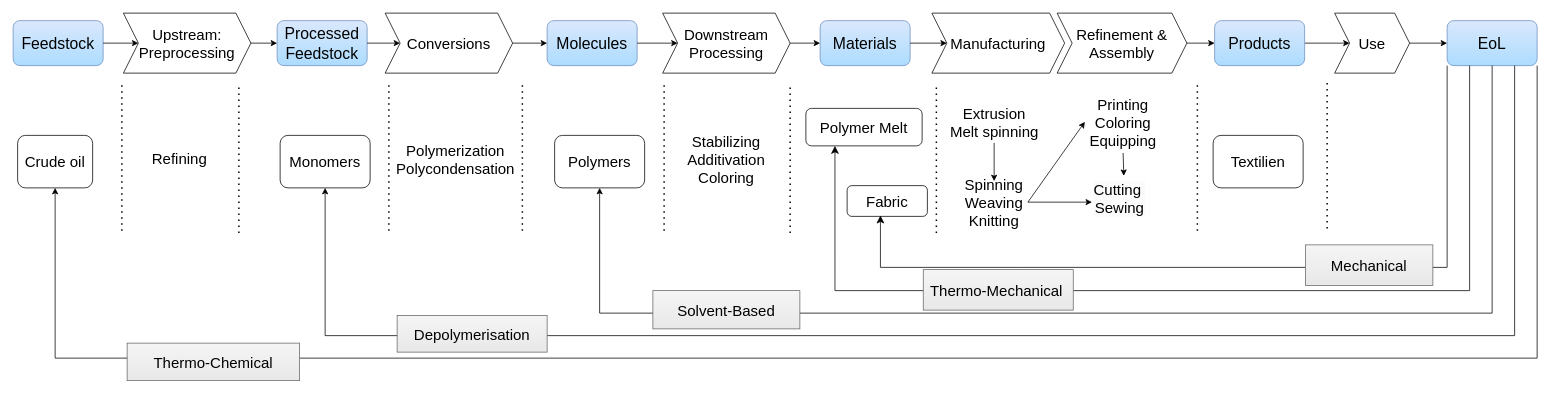
This is Textiles-ValueChain.drawio from kay-squared/PyTorchLearn, a draw.io file, before an edit. Source tidied: cells renumbered, new cells numbered last; positions are measured from the earlier drawing's top-left corner, leaving out a move shared by most shapes. Both pictures are drawn from the tidied source at 75%, with x=0, y=0 at pixel (13, 13).
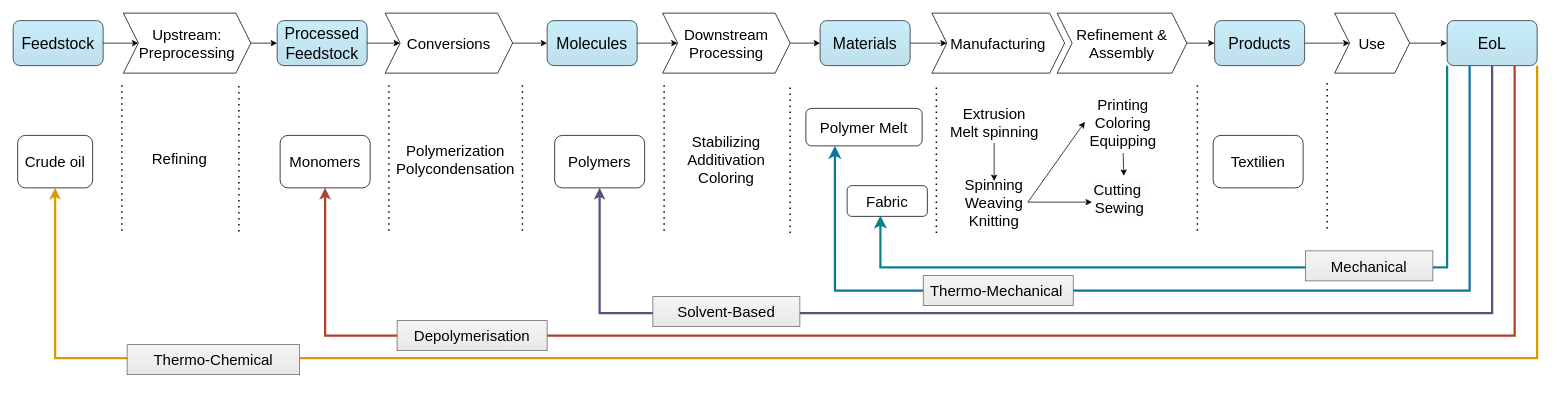
After the change.

The change refers to these unchanged cells:
```xml
<mxCell id="12" value="Crude oil" style="text;html=1;align=center;verticalAlign=middle;whiteSpace=wrap;rounded=1;fontFamily=Rubik light;fontSize=20;strokeColor=default;" parent="1" vertex="1">
  <mxGeometry x="6" y="163" width="100" height="70" as="geometry" />
</mxCell>
<mxCell id="13" value="Monomers" style="text;html=1;align=center;verticalAlign=middle;whiteSpace=wrap;rounded=1;fontFamily=Rubik light;fontSize=20;fillColor=default;strokeColor=default;" parent="1" vertex="1">
  <mxGeometry x="356" y="163" width="120" height="70" as="geometry" />
</mxCell>
<mxCell id="15" value="Polymers" style="text;html=1;align=center;verticalAlign=middle;whiteSpace=wrap;rounded=1;fontFamily=Rubik light;fontSize=20;strokeColor=default;" parent="1" vertex="1">
  <mxGeometry x="722" y="163" width="120" height="70" as="geometry" />
</mxCell>
<mxCell id="38" value="Polymer Melt" style="text;html=1;align=center;verticalAlign=middle;whiteSpace=wrap;rounded=1;fontFamily=Rubik light;fontSize=20;strokeColor=default;" parent="1" vertex="1">
  <mxGeometry x="1057" y="127" width="155" height="50" as="geometry" />
</mxCell>
<mxCell id="41" value="Fabric" style="text;html=1;align=center;verticalAlign=middle;whiteSpace=wrap;rounded=1;fontFamily=Rubik light;fontSize=20;strokeColor=default;" parent="1" vertex="1">
  <mxGeometry x="1112" y="230" width="107" height="41" as="geometry" />
</mxCell>
```

What changed in the source:
```diff
@@
-    <mxCell id="6" value="Feedstock" style="rounded=1;whiteSpace=wrap;html=1;fontSize=21;fontFamily=Rubik light;fillColor=#DAE8FC;strokeColor=#6c8ebf;gradientColor=#ADDCFF;" parent="1" vertex="1">
+    <mxCell id="6" value="Feedstock" style="rounded=1;whiteSpace=wrap;html=1;fontSize=21;fontFamily=Rubik light;fillColor=#C9EDFA;strokeColor=#1E2836;gradientColor=#BEE0EC;align=center;verticalAlign=middle;fontColor=default;" parent="1" vertex="1">
       <mxGeometry y="10" width="120" height="60" as="geometry" />
     </mxCell>
-    <mxCell id="7" value="Processed Feedstock" style="rounded=1;whiteSpace=wrap;html=1;fontSize=21;fontFamily=Rubik light;fillColor=#DAE8FC;strokeColor=#6c8ebf;gradientColor=#ADDCFF;" parent="1" vertex="1">
+    <mxCell id="7" value="Processed Feedstock" style="rounded=1;whiteSpace=wrap;html=1;fontSize=21;fontFamily=Rubik light;fillColor=#C9EDFA;strokeColor=#1E2836;gradientColor=#BEE0EC;align=center;verticalAlign=middle;fontColor=default;" parent="1" vertex="1">
       <mxGeometry x="352" y="10" width="120" height="60" as="geometry" />
     </mxCell>
-    <mxCell id="8" value="Molecules" style="rounded=1;whiteSpace=wrap;html=1;fontSize=21;fontFamily=Rubik light;fillColor=#DAE8FC;strokeColor=#6c8ebf;gradientColor=#ADDCFF;" parent="1" vertex="1">
+    <mxCell id="8" value="Molecules" style="rounded=1;whiteSpace=wrap;html=1;fontSize=21;fontFamily=Rubik light;fillColor=#C9EDFA;strokeColor=#1E2836;gradientColor=#BEE0EC;align=center;verticalAlign=middle;fontColor=default;" parent="1" vertex="1">
       <mxGeometry x="712" y="10" width="120" height="60" as="geometry" />
     </mxCell>
-    <mxCell id="9" value="Materials" style="rounded=1;whiteSpace=wrap;html=1;fontSize=21;fontFamily=Rubik light;fillColor=#DAE8FC;strokeColor=#6c8ebf;gradientColor=#ADDCFF;" parent="1" vertex="1">
+    <mxCell id="9" value="Materials" style="rounded=1;whiteSpace=wrap;html=1;fontSize=21;fontFamily=Rubik light;fillColor=#C9EDFA;strokeColor=#1E2836;gradientColor=#BEE0EC;align=center;verticalAlign=middle;fontColor=default;" parent="1" vertex="1">
       <mxGeometry x="1076" y="10" width="120" height="60" as="geometry" />
     </mxCell>
@@
-    <mxCell id="11" value="Products" style="rounded=1;whiteSpace=wrap;html=1;fontSize=21;fontFamily=Rubik light;fillColor=#DAE8FC;strokeColor=#6c8ebf;gradientColor=#ADDCFF;" parent="1" vertex="1">
+    <mxCell id="11" value="Products" style="rounded=1;whiteSpace=wrap;html=1;fontSize=21;fontFamily=Rubik light;fillColor=#C9EDFA;strokeColor=#1E2836;gradientColor=#BEE0EC;align=center;verticalAlign=middle;fontColor=default;" parent="1" vertex="1">
       <mxGeometry x="1602" y="10" width="120" height="60" as="geometry" />
     </mxCell>
@@
     <mxCell id="18" style="endArrow=none;dashed=1;html=1;dashPattern=1 3;strokeWidth=2;rounded=0;fontFamily=Rubik light;fontSize=20;fontColor=default;" parent="1" edge="1">
       <mxGeometry relative="1" as="geometry">
-        <mxPoint x="301" y="293" as="sourcePoint" />
-        <mxPoint x="301" y="93" as="targetPoint" />
+        <mxPoint x="301" y="291" as="sourcePoint" />
+        <mxPoint x="301" y="91" as="targetPoint" />
       </mxGeometry>
     </mxCell>
@@
-    <mxCell id="28" value="EoL" style="rounded=1;whiteSpace=wrap;html=1;fontSize=21;fontFamily=Rubik light;fillColor=#DAE8FC;strokeColor=#6c8ebf;gradientColor=#ADDCFF;" parent="1" vertex="1">
+    <mxCell id="28" value="EoL" style="rounded=1;whiteSpace=wrap;html=1;fontSize=21;fontFamily=Rubik light;fillColor=#C9EDFA;strokeColor=#1E2836;gradientColor=#BEE0EC;align=center;verticalAlign=middle;fontColor=default;" parent="1" vertex="1">
       <mxGeometry x="1912" y="10" width="120" height="60" as="geometry" />
     </mxCell>
@@
-    <mxCell id="32" style="edgeStyle=orthogonalEdgeStyle;rounded=0;jettySize=auto;html=1;fontFamily=Rubik light;fontSize=20;fontColor=default;exitX=0.5;exitY=1;exitDx=0;exitDy=0;entryX=0.5;entryY=1;entryDx=0;entryDy=0;" parent="1" edge="1" source="28" target="15">
+    <mxCell id="32" style="edgeStyle=orthogonalEdgeStyle;rounded=0;jettySize=auto;html=1;fontFamily=Rubik light;fontSize=20;fontColor=default;exitX=0.5;exitY=1;exitDx=0;exitDy=0;entryX=0.5;entryY=1;entryDx=0;entryDy=0;fillColor=#d0cee2;strokeColor=#56517e;strokeWidth=3;" parent="1" edge="1" source="28" target="15">
       <mxGeometry relative="1" as="geometry">
         <Array as="points">
           <mxPoint x="1972" y="400" />
           <mxPoint x="782" y="400" />
         </Array>
       </mxGeometry>
     </mxCell>
-    <mxCell id="33" style="edgeStyle=orthogonalEdgeStyle;rounded=0;jettySize=auto;html=1;fontFamily=Rubik light;fontSize=20;fontColor=default;exitX=0.75;exitY=1;exitDx=0;exitDy=0;entryX=0.5;entryY=1;entryDx=0;entryDy=0;" parent="1" edge="1" source="28" target="13">
+    <mxCell id="33" style="edgeStyle=orthogonalEdgeStyle;rounded=0;jettySize=auto;html=1;fontFamily=Rubik light;fontSize=20;fontColor=default;exitX=0.75;exitY=1;exitDx=0;exitDy=0;entryX=0.5;entryY=1;entryDx=0;entryDy=0;fillColor=#fad9d5;strokeColor=#ae4132;strokeWidth=3;" parent="1" edge="1" source="28" target="13">
       <mxGeometry relative="1" as="geometry">
         <Array as="points">
           <mxPoint x="2002" y="430" />
           <mxPoint x="416" y="430" />
         </Array>
       </mxGeometry>
     </mxCell>
-    <mxCell id="34" style="edgeStyle=orthogonalEdgeStyle;rounded=0;jettySize=auto;html=1;fontFamily=Rubik light;fontSize=20;fontColor=default;exitX=1;exitY=1;exitDx=0;exitDy=0;entryX=0.5;entryY=1;entryDx=0;entryDy=0;" parent="1" edge="1" source="28" target="12">
+    <mxCell id="34" style="edgeStyle=orthogonalEdgeStyle;rounded=0;jettySize=auto;html=1;fontFamily=Rubik light;fontSize=20;fontColor=default;exitX=1;exitY=1;exitDx=0;exitDy=0;entryX=0.5;entryY=1;entryDx=0;entryDy=0;fillColor=#ffcd28;gradientColor=#ffa500;strokeColor=#d79b00;strokeWidth=3;" parent="1" edge="1" source="28" target="12">
       <mxGeometry relative="1" as="geometry">
         <Array as="points">
           <mxPoint x="2032" y="460" />
           <mxPoint x="56" y="460" />
         </Array>
       </mxGeometry>
     </mxCell>
     <mxCell id="35" value="Thermo-Chemical" style="text;html=1;align=center;verticalAlign=middle;whiteSpace=wrap;rounded=0;fontFamily=Rubik light;fontSize=20;fillColor=#f5f5f5;gradientColor=#E8E8E8;strokeColor=#666666;" parent="1" vertex="1">
-      <mxGeometry x="152" y="440" width="230" height="50" as="geometry" />
+      <mxGeometry x="152" y="442" width="230" height="40" as="geometry" />
     </mxCell>
     <mxCell id="36" value="Depolymerisation" style="text;html=1;align=center;verticalAlign=middle;whiteSpace=wrap;rounded=0;fontFamily=Rubik light;fontSize=20;fillColor=#f5f5f5;gradientColor=#E8E8E8;strokeColor=#666666;" parent="1" vertex="1">
-      <mxGeometry x="512" y="403" width="200" height="49" as="geometry" />
+      <mxGeometry x="512" y="410" width="200" height="40" as="geometry" />
     </mxCell>
     <mxCell id="37" value="Solvent-Based" style="text;html=1;align=center;verticalAlign=middle;whiteSpace=wrap;rounded=0;fontFamily=Rubik light;fontSize=20;fillColor=#f5f5f5;gradientColor=#E8E8E8;strokeColor=#666666;" parent="1" vertex="1">
-      <mxGeometry x="853" y="370" width="196" height="51" as="geometry" />
+      <mxGeometry x="853" y="378" width="196" height="40" as="geometry" />
     </mxCell>
@@
-    <mxCell id="40" style="edgeStyle=segmentEdgeStyle;endArrow=classic;html=1;curved=0;rounded=0;endSize=8;startSize=8;exitX=0.25;exitY=1;exitDx=0;exitDy=0;entryX=0.25;entryY=1;entryDx=0;entryDy=0;" parent="1" edge="1" source="28" target="38">
+    <mxCell id="40" style="edgeStyle=segmentEdgeStyle;endArrow=classic;html=1;curved=0;rounded=0;endSize=8;startSize=8;exitX=0.25;exitY=1;exitDx=0;exitDy=0;entryX=0.25;entryY=1;entryDx=0;entryDy=0;fillColor=#b1ddf0;strokeColor=#10739e;strokeWidth=3;" parent="1" edge="1" source="28" target="38">
       <mxGeometry relative="1" as="geometry">
         <Array as="points">
           <mxPoint x="1942" y="370" />
           <mxPoint x="1096" y="370" />
         </Array>
       </mxGeometry>
     </mxCell>
@@
-    <mxCell id="42" style="edgeStyle=segmentEdgeStyle;endArrow=classic;html=1;curved=0;rounded=0;endSize=8;startSize=8;exitX=0;exitY=1;exitDx=0;exitDy=0;entryX=0.415;entryY=0.971;entryDx=0;entryDy=0;entryPerimeter=0;" parent="1" edge="1" source="28" target="41">
+    <mxCell id="42" style="edgeStyle=segmentEdgeStyle;endArrow=classic;html=1;curved=0;rounded=0;endSize=8;startSize=8;exitX=0;exitY=1;exitDx=0;exitDy=0;entryX=0.415;entryY=0.971;entryDx=0;entryDy=0;entryPerimeter=0;fillColor=#b0e3e6;strokeColor=#0e8088;strokeWidth=3;" parent="1" edge="1" source="28" target="41">
       <mxGeometry relative="1" as="geometry">
         <Array as="points">
           <mxPoint x="1912" y="339" />
           <mxPoint x="1156" y="339" />
         </Array>
       </mxGeometry>
     </mxCell>
     <mxCell id="43" value="Mechanical" style="text;html=1;align=center;verticalAlign=middle;whiteSpace=wrap;rounded=0;fontFamily=Rubik light;fontSize=20;fillColor=#f5f5f5;gradientColor=#E8E8E8;strokeColor=#666666;" parent="1" vertex="1">
-      <mxGeometry x="1723" y="309" width="170" height="54" as="geometry" />
+      <mxGeometry x="1723" y="317" width="170" height="40" as="geometry" />
     </mxCell>
@@
     <mxCell id="59" value="Thermo-Mechanical&amp;nbsp;" style="text;html=1;align=center;verticalAlign=middle;whiteSpace=wrap;rounded=0;fontFamily=Rubik light;fontSize=20;fillColor=#f5f5f5;gradientColor=#E8E8E8;strokeColor=#666666;" parent="1" vertex="1">
-      <mxGeometry x="1213.5" y="342" width="200" height="54" as="geometry" />
+      <mxGeometry x="1213.5" y="350" width="200" height="40" as="geometry" />
     </mxCell>
```
